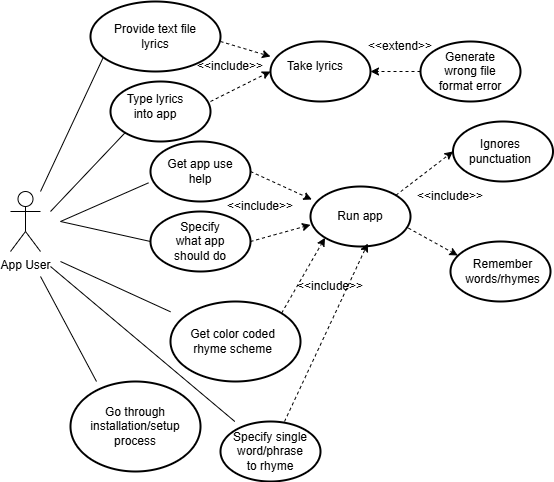
Before: doc/use-case-diagram.png, a diagram exported from draw.io (Sanmeet-EWU/cscd-350-project-doomsday). Source tidied: cells renumbered, new cells last; positions are measured from the earlier drawing's top-left corner, leaving out a move shared by most shapes. Its diagram source:
```xml
<mxGraphModel>
  <root>
    <mxCell id="0" />
    <mxCell id="1" parent="0" />
    <mxCell id="2" value="App User&lt;div&gt;&lt;br&gt;&lt;/div&gt;" style="shape=umlActor;verticalLabelPosition=bottom;verticalAlign=top;html=1;" parent="1" vertex="1">
      <mxGeometry y="190" width="30" height="60" as="geometry" />
    </mxCell>
    <mxCell id="3" style="strokeWidth=2;html=1;shape=mxgraph.flowchart.start_1;whiteSpace=wrap;" parent="1" vertex="1">
      <mxGeometry x="100" y="80" width="100" height="60" as="geometry" />
    </mxCell>
    <mxCell id="4" style="endArrow=none;html=1;rounded=0;entryX=0.121;entryY=0.708;entryDx=0;entryDy=0;entryPerimeter=0;" parent="1" edge="1" target="5">
      <mxGeometry relative="1" as="geometry">
        <mxPoint x="30" y="190" as="sourcePoint" />
      </mxGeometry>
    </mxCell>
    <mxCell id="5" style="strokeWidth=2;html=1;shape=mxgraph.flowchart.start_1;whiteSpace=wrap;" parent="1" vertex="1">
      <mxGeometry x="80" width="130" height="70" as="geometry" />
    </mxCell>
    <mxCell id="6" value="Provide text file lyrics" style="text;html=1;align=center;verticalAlign=middle;whiteSpace=wrap;rounded=0;" parent="1" vertex="1">
      <mxGeometry x="100" y="20" width="90" height="30" as="geometry" />
    </mxCell>
    <mxCell id="7" value="Type lyrics into app" style="text;html=1;align=center;verticalAlign=middle;whiteSpace=wrap;rounded=0;" parent="1" vertex="1">
      <mxGeometry x="115" y="90" width="60" height="30" as="geometry" />
    </mxCell>
    <mxCell id="8" style="endArrow=none;html=1;rounded=0;entryX=0.145;entryY=0.855;entryDx=0;entryDy=0;entryPerimeter=0;" parent="1" edge="1" target="3">
      <mxGeometry relative="1" as="geometry">
        <mxPoint x="40" y="210" as="sourcePoint" />
      </mxGeometry>
    </mxCell>
    <mxCell id="9" style="html=1;labelBackgroundColor=#ffffff;startArrow=none;startFill=0;startSize=6;endArrow=classic;endFill=1;endSize=6;jettySize=auto;orthogonalLoop=1;strokeWidth=1;dashed=1;fontSize=14;rounded=0;" parent="1" edge="1">
      <mxGeometry relative="1" as="geometry">
        <mxPoint x="200" y="100" as="sourcePoint" />
        <mxPoint x="260" y="70" as="targetPoint" />
      </mxGeometry>
    </mxCell>
    <mxCell id="10" style="html=1;labelBackgroundColor=#ffffff;startArrow=none;startFill=0;startSize=6;endArrow=classic;endFill=1;endSize=6;jettySize=auto;strokeWidth=1;dashed=1;fontSize=14;rounded=0;" parent="1" edge="1" target="11">
      <mxGeometry relative="1" as="geometry">
        <mxPoint x="210" y="40" as="sourcePoint" />
      </mxGeometry>
    </mxCell>
    <mxCell id="11" style="strokeWidth=2;html=1;shape=mxgraph.flowchart.start_1;whiteSpace=wrap;" parent="1" vertex="1">
      <mxGeometry x="260" y="40" width="100" height="60" as="geometry" />
    </mxCell>
    <mxCell id="12" value="Take lyrics" style="text;html=1;align=center;verticalAlign=middle;whiteSpace=wrap;rounded=0;" parent="1" vertex="1">
      <mxGeometry x="275" y="50" width="60" height="30" as="geometry" />
    </mxCell>
    <mxCell id="13" value="&amp;lt;&amp;lt;include&amp;gt;&amp;gt;" style="text;html=1;align=center;verticalAlign=middle;whiteSpace=wrap;rounded=0;" parent="1" vertex="1">
      <mxGeometry x="190" y="50" width="60" height="30" as="geometry" />
    </mxCell>
    <mxCell id="14" style="html=1;labelBackgroundColor=#ffffff;startArrow=none;startFill=0;startSize=6;endArrow=classic;endFill=1;endSize=6;jettySize=auto;strokeWidth=1;dashed=1;fontSize=14;rounded=0;entryX=1;entryY=0.5;entryDx=0;entryDy=0;entryPerimeter=0;" parent="1" edge="1" target="11">
      <mxGeometry relative="1" as="geometry">
        <mxPoint x="410" y="70" as="sourcePoint" />
      </mxGeometry>
    </mxCell>
    <mxCell id="15" style="strokeWidth=2;html=1;shape=mxgraph.flowchart.start_1;whiteSpace=wrap;" parent="1" vertex="1">
      <mxGeometry x="410" y="40" width="100" height="60" as="geometry" />
    </mxCell>
    <mxCell id="16" value="Generate wrong file format error" style="text;html=1;align=center;verticalAlign=middle;whiteSpace=wrap;rounded=0;" parent="1" vertex="1">
      <mxGeometry x="425" y="55" width="70" height="30" as="geometry" />
    </mxCell>
    <mxCell id="17" value="&amp;lt;&amp;lt;extend&amp;gt;&amp;gt;" style="text;html=1;align=center;verticalAlign=middle;whiteSpace=wrap;rounded=0;" parent="1" vertex="1">
      <mxGeometry x="360" y="30" width="60" height="30" as="geometry" />
    </mxCell>
    <mxCell id="18" style="strokeWidth=2;html=1;shape=mxgraph.flowchart.start_1;whiteSpace=wrap;" parent="1" vertex="1">
      <mxGeometry x="140" y="140" width="100" height="60" as="geometry" />
    </mxCell>
    <mxCell id="19" style="endArrow=none;html=1;rounded=0;entryX=-0.02;entryY=0.689;entryDx=0;entryDy=0;entryPerimeter=0;" parent="1" edge="1" target="18">
      <mxGeometry relative="1" as="geometry">
        <mxPoint x="50" y="220" as="sourcePoint" />
      </mxGeometry>
    </mxCell>
    <mxCell id="20" value="Get app use help" style="text;html=1;align=center;verticalAlign=middle;whiteSpace=wrap;rounded=0;" parent="1" vertex="1">
      <mxGeometry x="150" y="155" width="80" height="30" as="geometry" />
    </mxCell>
    <mxCell id="21" style="strokeWidth=2;html=1;shape=mxgraph.flowchart.start_1;whiteSpace=wrap;" parent="1" vertex="1">
      <mxGeometry x="140" y="210" width="100" height="60" as="geometry" />
    </mxCell>
    <mxCell id="22" style="endArrow=none;html=1;rounded=0;entryX=0;entryY=0.5;entryDx=0;entryDy=0;entryPerimeter=0;" parent="1" edge="1" target="21">
      <mxGeometry relative="1" as="geometry">
        <mxPoint x="50" y="220" as="sourcePoint" />
      </mxGeometry>
    </mxCell>
    <mxCell id="23" value="Specify what app should do" style="text;html=1;align=center;verticalAlign=middle;whiteSpace=wrap;rounded=0;" parent="1" vertex="1">
      <mxGeometry x="160" y="225" width="60" height="30" as="geometry" />
    </mxCell>
    <mxCell id="24" style="html=1;labelBackgroundColor=#ffffff;startArrow=none;startFill=0;startSize=6;endArrow=classic;endFill=1;endSize=6;jettySize=auto;strokeWidth=1;dashed=1;fontSize=14;rounded=0;exitX=1;exitY=0.5;exitDx=0;exitDy=0;exitPerimeter=0;entryX=0.013;entryY=0.217;entryDx=0;entryDy=0;entryPerimeter=0;" parent="1" edge="1" source="18" target="27">
      <mxGeometry relative="1" as="geometry" />
    </mxCell>
    <mxCell id="25" style="html=1;labelBackgroundColor=#ffffff;startArrow=none;startFill=0;startSize=6;endArrow=classic;endFill=1;endSize=6;jettySize=auto;strokeWidth=1;dashed=1;fontSize=14;rounded=0;exitX=1;exitY=0.5;exitDx=0;exitDy=0;exitPerimeter=0;entryX=0;entryY=0.639;entryDx=0;entryDy=0;entryPerimeter=0;" parent="1" edge="1" source="21" target="27">
      <mxGeometry relative="1" as="geometry" />
    </mxCell>
    <mxCell id="26" value="&amp;lt;&amp;lt;include&amp;gt;&amp;gt;" style="text;html=1;align=center;verticalAlign=middle;whiteSpace=wrap;rounded=0;" parent="1" vertex="1">
      <mxGeometry x="220" y="190" width="60" height="30" as="geometry" />
    </mxCell>
    <mxCell id="27" style="strokeWidth=2;html=1;shape=mxgraph.flowchart.start_1;whiteSpace=wrap;" parent="1" vertex="1">
      <mxGeometry x="300" y="185" width="100" height="60" as="geometry" />
    </mxCell>
    <mxCell id="28" value="Run app" style="text;html=1;align=center;verticalAlign=middle;whiteSpace=wrap;rounded=0;" parent="1" vertex="1">
      <mxGeometry x="315" y="200" width="70" height="30" as="geometry" />
    </mxCell>
    <mxCell id="29" style="html=1;labelBackgroundColor=#ffffff;startArrow=none;startFill=0;startSize=6;endArrow=classic;endFill=1;endSize=6;jettySize=auto;strokeWidth=1;dashed=1;fontSize=14;rounded=0;exitX=0.98;exitY=0.694;exitDx=0;exitDy=0;exitPerimeter=0;entryX=0.073;entryY=0.233;entryDx=0;entryDy=0;entryPerimeter=0;" parent="1" edge="1" source="27" target="30">
      <mxGeometry relative="1" as="geometry" />
    </mxCell>
    <mxCell id="30" style="strokeWidth=2;html=1;shape=mxgraph.flowchart.start_1;whiteSpace=wrap;" parent="1" vertex="1">
      <mxGeometry x="440" y="240" width="100" height="60" as="geometry" />
    </mxCell>
    <mxCell id="31" value="Remember words/rhymes" style="text;html=1;align=center;verticalAlign=middle;whiteSpace=wrap;rounded=0;" parent="1" vertex="1">
      <mxGeometry x="455" y="250" width="75" height="40" as="geometry" />
    </mxCell>
    <mxCell id="32" value="&amp;lt;&amp;lt;include&amp;gt;&amp;gt;" style="text;html=1;align=center;verticalAlign=middle;whiteSpace=wrap;rounded=0;" parent="1" vertex="1">
      <mxGeometry x="410" y="180" width="60" height="30" as="geometry" />
    </mxCell>
    <mxCell id="33" style="endArrow=none;html=1;rounded=0;" parent="1" edge="1" target="34">
      <mxGeometry relative="1" as="geometry">
        <mxPoint x="50" y="260" as="sourcePoint" />
      </mxGeometry>
    </mxCell>
    <mxCell id="34" style="strokeWidth=2;html=1;shape=mxgraph.flowchart.start_1;whiteSpace=wrap;" parent="1" vertex="1">
      <mxGeometry x="160" y="300" width="130" height="80" as="geometry" />
    </mxCell>
    <mxCell id="35" value="Get color coded rhyme scheme" style="text;html=1;align=center;verticalAlign=middle;whiteSpace=wrap;rounded=0;" parent="1" vertex="1">
      <mxGeometry x="170" y="325" width="105" height="30" as="geometry" />
    </mxCell>
    <mxCell id="36" style="html=1;labelBackgroundColor=#ffffff;startArrow=none;startFill=0;startSize=6;endArrow=classic;endFill=1;endSize=6;jettySize=auto;strokeWidth=1;dashed=1;fontSize=14;rounded=0;exitX=0.855;exitY=0.145;exitDx=0;exitDy=0;exitPerimeter=0;entryX=0.145;entryY=0.855;entryDx=0;entryDy=0;entryPerimeter=0;" parent="1" edge="1" source="34" target="27">
      <mxGeometry relative="1" as="geometry" />
    </mxCell>
    <mxCell id="37" value="&amp;lt;&amp;lt;include&amp;gt;&amp;gt;" style="text;html=1;align=center;verticalAlign=middle;whiteSpace=wrap;rounded=0;" parent="1" vertex="1">
      <mxGeometry x="290" y="270" width="60" height="30" as="geometry" />
    </mxCell>
    <mxCell id="38" style="endArrow=none;html=1;rounded=0;" parent="1" edge="1" target="39">
      <mxGeometry relative="1" as="geometry">
        <mxPoint x="40" y="265" as="sourcePoint" />
      </mxGeometry>
    </mxCell>
    <mxCell id="39" style="strokeWidth=2;html=1;shape=mxgraph.flowchart.start_1;whiteSpace=wrap;" parent="1" vertex="1">
      <mxGeometry x="210" y="420" width="100" height="60" as="geometry" />
    </mxCell>
    <mxCell id="40" value="Specify single word/phrase to rhyme" style="text;html=1;align=center;verticalAlign=middle;whiteSpace=wrap;rounded=0;" parent="1" vertex="1">
      <mxGeometry x="220" y="435" width="80" height="30" as="geometry" />
    </mxCell>
    <mxCell id="41" style="html=1;labelBackgroundColor=#ffffff;startArrow=none;startFill=0;startSize=6;endArrow=classic;endFill=1;endSize=6;jettySize=auto;strokeWidth=1;dashed=1;fontSize=14;rounded=0;entryX=0.573;entryY=0.95;entryDx=0;entryDy=0;entryPerimeter=0;" parent="1" edge="1" source="39" target="27">
      <mxGeometry relative="1" as="geometry" />
    </mxCell>
    <mxCell id="42" style="strokeWidth=2;html=1;shape=mxgraph.flowchart.start_1;whiteSpace=wrap;" parent="1" vertex="1">
      <mxGeometry x="442.5" y="120" width="100" height="60" as="geometry" />
    </mxCell>
    <mxCell id="43" style="html=1;labelBackgroundColor=#ffffff;startArrow=none;startFill=0;startSize=6;endArrow=classic;endFill=1;endSize=6;jettySize=auto;strokeWidth=1;dashed=1;fontSize=14;rounded=0;entryX=0;entryY=0.5;entryDx=0;entryDy=0;entryPerimeter=0;exitX=0.855;exitY=0.145;exitDx=0;exitDy=0;exitPerimeter=0;" parent="1" edge="1" source="27" target="42">
      <mxGeometry relative="1" as="geometry" />
    </mxCell>
    <mxCell id="44" value="Ignores punctuation" style="text;html=1;align=center;verticalAlign=middle;whiteSpace=wrap;rounded=0;" parent="1" vertex="1">
      <mxGeometry x="460" y="135" width="60" height="30" as="geometry" />
    </mxCell>
    <mxCell id="45" style="strokeWidth=2;html=1;shape=mxgraph.flowchart.start_1;whiteSpace=wrap;" parent="1" vertex="1">
      <mxGeometry x="60" y="380" width="130" height="90" as="geometry" />
    </mxCell>
    <mxCell id="46" style="endArrow=none;html=1;rounded=0;entryX=0.2;entryY=0;entryDx=0;entryDy=0;entryPerimeter=0;" parent="1" edge="1" target="45">
      <mxGeometry relative="1" as="geometry">
        <mxPoint x="30" y="275" as="sourcePoint" />
      </mxGeometry>
    </mxCell>
    <mxCell id="47" value="Go through installation/setup process" style="text;html=1;align=center;verticalAlign=middle;whiteSpace=wrap;rounded=0;" parent="1" vertex="1">
      <mxGeometry x="95" y="410" width="60" height="30" as="geometry" />
    </mxCell>
  </root>
</mxGraphModel>
```
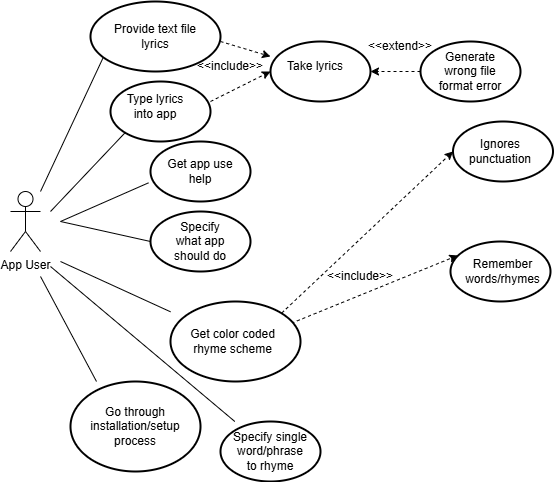
The same diagram one commit later.

What changed in the source:
```diff
@@ -83,22 +83,7 @@
     <mxCell id="23" value="Specify what app should do" style="text;html=1;align=center;verticalAlign=middle;whiteSpace=wrap;rounded=0;" parent="1" vertex="1">
       <mxGeometry x="160" y="225" width="60" height="30" as="geometry" />
     </mxCell>
-    <mxCell id="24" style="html=1;labelBackgroundColor=#ffffff;startArrow=none;startFill=0;startSize=6;endArrow=classic;endFill=1;endSize=6;jettySize=auto;strokeWidth=1;dashed=1;fontSize=14;rounded=0;exitX=1;exitY=0.5;exitDx=0;exitDy=0;exitPerimeter=0;entryX=0.013;entryY=0.217;entryDx=0;entryDy=0;entryPerimeter=0;" parent="1" edge="1" source="18" target="27">
-      <mxGeometry relative="1" as="geometry" />
-    </mxCell>
-    <mxCell id="25" style="html=1;labelBackgroundColor=#ffffff;startArrow=none;startFill=0;startSize=6;endArrow=classic;endFill=1;endSize=6;jettySize=auto;strokeWidth=1;dashed=1;fontSize=14;rounded=0;exitX=1;exitY=0.5;exitDx=0;exitDy=0;exitPerimeter=0;entryX=0;entryY=0.639;entryDx=0;entryDy=0;entryPerimeter=0;" parent="1" edge="1" source="21" target="27">
-      <mxGeometry relative="1" as="geometry" />
-    </mxCell>
-    <mxCell id="26" value="&amp;lt;&amp;lt;include&amp;gt;&amp;gt;" style="text;html=1;align=center;verticalAlign=middle;whiteSpace=wrap;rounded=0;" parent="1" vertex="1">
-      <mxGeometry x="220" y="190" width="60" height="30" as="geometry" />
-    </mxCell>
-    <mxCell id="27" style="strokeWidth=2;html=1;shape=mxgraph.flowchart.start_1;whiteSpace=wrap;" parent="1" vertex="1">
-      <mxGeometry x="300" y="185" width="100" height="60" as="geometry" />
-    </mxCell>
-    <mxCell id="28" value="Run app" style="text;html=1;align=center;verticalAlign=middle;whiteSpace=wrap;rounded=0;" parent="1" vertex="1">
-      <mxGeometry x="315" y="200" width="70" height="30" as="geometry" />
-    </mxCell>
-    <mxCell id="29" style="html=1;labelBackgroundColor=#ffffff;startArrow=none;startFill=0;startSize=6;endArrow=classic;endFill=1;endSize=6;jettySize=auto;strokeWidth=1;dashed=1;fontSize=14;rounded=0;exitX=0.98;exitY=0.694;exitDx=0;exitDy=0;exitPerimeter=0;entryX=0.073;entryY=0.233;entryDx=0;entryDy=0;entryPerimeter=0;" parent="1" edge="1" source="27" target="30">
+    <mxCell id="29" style="html=1;labelBackgroundColor=#ffffff;startArrow=none;startFill=0;startSize=6;endArrow=classic;endFill=1;endSize=6;jettySize=auto;strokeWidth=1;dashed=1;fontSize=14;rounded=0;exitX=0.887;exitY=0.3;exitDx=0;exitDy=0;exitPerimeter=0;entryX=0.073;entryY=0.233;entryDx=0;entryDy=0;entryPerimeter=0;" parent="1" edge="1" source="34" target="30">
       <mxGeometry relative="1" as="geometry" />
     </mxCell>
     <mxCell id="30" style="strokeWidth=2;html=1;shape=mxgraph.flowchart.start_1;whiteSpace=wrap;" parent="1" vertex="1">
@@ -108,7 +93,7 @@
       <mxGeometry x="455" y="250" width="75" height="40" as="geometry" />
     </mxCell>
     <mxCell id="32" value="&amp;lt;&amp;lt;include&amp;gt;&amp;gt;" style="text;html=1;align=center;verticalAlign=middle;whiteSpace=wrap;rounded=0;" parent="1" vertex="1">
-      <mxGeometry x="410" y="180" width="60" height="30" as="geometry" />
+      <mxGeometry x="320" y="260" width="60" height="30" as="geometry" />
     </mxCell>
     <mxCell id="33" style="endArrow=none;html=1;rounded=0;" parent="1" edge="1" target="34">
       <mxGeometry relative="1" as="geometry">
@@ -121,12 +106,6 @@
     <mxCell id="35" value="Get color coded rhyme scheme" style="text;html=1;align=center;verticalAlign=middle;whiteSpace=wrap;rounded=0;" parent="1" vertex="1">
       <mxGeometry x="170" y="325" width="105" height="30" as="geometry" />
     </mxCell>
-    <mxCell id="36" style="html=1;labelBackgroundColor=#ffffff;startArrow=none;startFill=0;startSize=6;endArrow=classic;endFill=1;endSize=6;jettySize=auto;strokeWidth=1;dashed=1;fontSize=14;rounded=0;exitX=0.855;exitY=0.145;exitDx=0;exitDy=0;exitPerimeter=0;entryX=0.145;entryY=0.855;entryDx=0;entryDy=0;entryPerimeter=0;" parent="1" edge="1" source="34" target="27">
-      <mxGeometry relative="1" as="geometry" />
-    </mxCell>
-    <mxCell id="37" value="&amp;lt;&amp;lt;include&amp;gt;&amp;gt;" style="text;html=1;align=center;verticalAlign=middle;whiteSpace=wrap;rounded=0;" parent="1" vertex="1">
-      <mxGeometry x="290" y="270" width="60" height="30" as="geometry" />
-    </mxCell>
     <mxCell id="38" style="endArrow=none;html=1;rounded=0;" parent="1" edge="1" target="39">
       <mxGeometry relative="1" as="geometry">
         <mxPoint x="40" y="265" as="sourcePoint" />
@@ -138,13 +117,10 @@
     <mxCell id="40" value="Specify single word/phrase to rhyme" style="text;html=1;align=center;verticalAlign=middle;whiteSpace=wrap;rounded=0;" parent="1" vertex="1">
       <mxGeometry x="220" y="435" width="80" height="30" as="geometry" />
     </mxCell>
-    <mxCell id="41" style="html=1;labelBackgroundColor=#ffffff;startArrow=none;startFill=0;startSize=6;endArrow=classic;endFill=1;endSize=6;jettySize=auto;strokeWidth=1;dashed=1;fontSize=14;rounded=0;entryX=0.573;entryY=0.95;entryDx=0;entryDy=0;entryPerimeter=0;" parent="1" edge="1" source="39" target="27">
-      <mxGeometry relative="1" as="geometry" />
-    </mxCell>
     <mxCell id="42" style="strokeWidth=2;html=1;shape=mxgraph.flowchart.start_1;whiteSpace=wrap;" parent="1" vertex="1">
       <mxGeometry x="442.5" y="120" width="100" height="60" as="geometry" />
     </mxCell>
-    <mxCell id="43" style="html=1;labelBackgroundColor=#ffffff;startArrow=none;startFill=0;startSize=6;endArrow=classic;endFill=1;endSize=6;jettySize=auto;strokeWidth=1;dashed=1;fontSize=14;rounded=0;entryX=0;entryY=0.5;entryDx=0;entryDy=0;entryPerimeter=0;exitX=0.855;exitY=0.145;exitDx=0;exitDy=0;exitPerimeter=0;" parent="1" edge="1" source="27" target="42">
+    <mxCell id="43" style="html=1;labelBackgroundColor=#ffffff;startArrow=none;startFill=0;startSize=6;endArrow=classic;endFill=1;endSize=6;jettySize=auto;strokeWidth=1;dashed=1;fontSize=14;rounded=0;entryX=0;entryY=0.5;entryDx=0;entryDy=0;entryPerimeter=0;exitX=0.855;exitY=0.145;exitDx=0;exitDy=0;exitPerimeter=0;" parent="1" edge="1" source="34" target="42">
       <mxGeometry relative="1" as="geometry" />
     </mxCell>
     <mxCell id="44" value="Ignores punctuation" style="text;html=1;align=center;verticalAlign=middle;whiteSpace=wrap;rounded=0;" parent="1" vertex="1">
```
